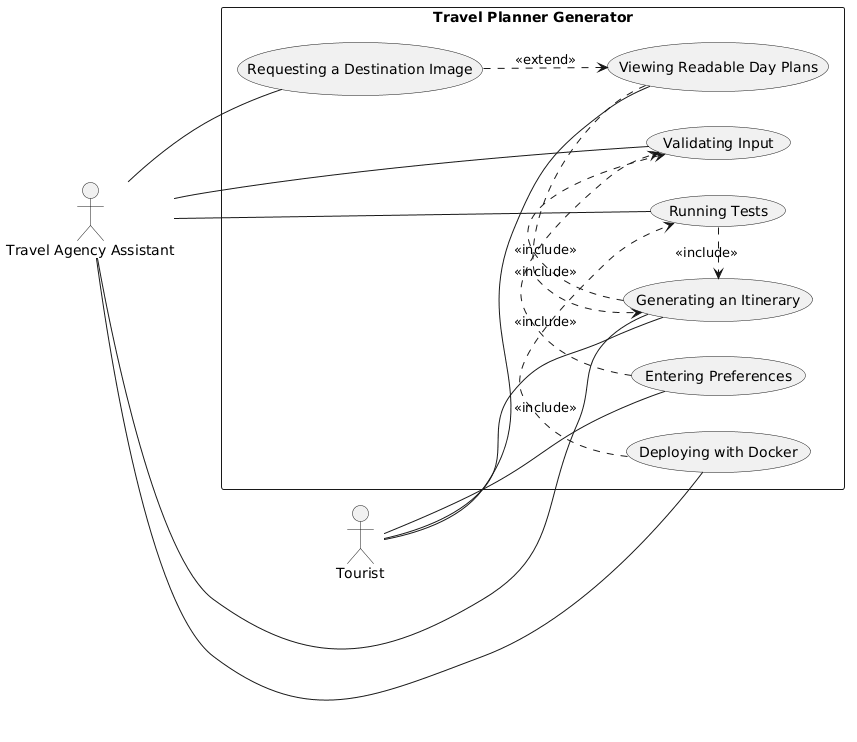
Above: Task1/artifacts/uml/use_case_diagram.png in EasonYang0618/travel-planner-generator (PlantUML), before the change.
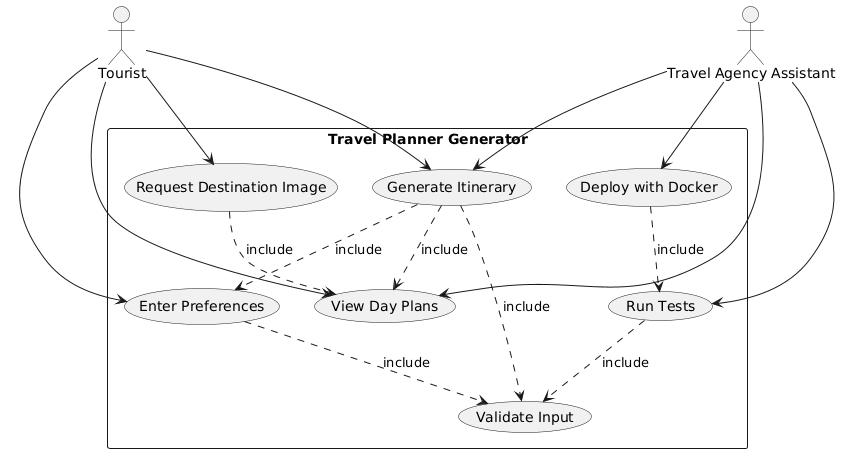
Above is the later version.

What changed in the source:
```diff
@@ -1,34 +1,32 @@
 @startuml
-left to right direction
-skinparam packageStyle rectangle
-
 actor Tourist
-actor "Travel Agency Assistant" as Assistant
+actor "Travel Agency Assistant" as TravelAgent
 
 rectangle "Travel Planner Generator" {
-  usecase "Entering Preferences" as UC_Enter
-  usecase "Validating Input" as UC_Validate
-  usecase "Generating an Itinerary" as UC_Generate
-  usecase "Viewing Readable Day Plans" as UC_View
-  usecase "Requesting a Destination Image" as UC_Image
-  usecase "Running Tests" as UC_Tests
-  usecase "Deploying with Docker" as UC_Docker
+  usecase "Enter Preferences" as EnterPreferences
+  usecase "Validate Input" as ValidateInput
+  usecase "Generate Itinerary" as GenerateItinerary
+  usecase "View Day Plans" as ViewDayPlans
+  usecase "Request Destination Image" as RequestImage
+  usecase "Run Tests" as RunTests
+  usecase "Deploy with Docker" as DeployDocker
 }
 
-Tourist -- UC_Enter
-Tourist -- UC_Generate
-Tourist -- UC_View
+Tourist --> EnterPreferences
+Tourist --> GenerateItinerary
+Tourist --> ViewDayPlans
+Tourist --> RequestImage
 
-Assistant -- UC_Validate
-Assistant -- UC_Image
-Assistant -- UC_Tests
-Assistant -- UC_Docker
-Assistant -- UC_Generate
+TravelAgent --> RunTests
+TravelAgent --> DeployDocker
+TravelAgent --> GenerateItinerary
+TravelAgent --> ViewDayPlans
 
-UC_Enter .> UC_Validate : <<include>>
-UC_Generate .> UC_Validate : <<include>>
-UC_View .> UC_Generate : <<include>>
-UC_Image ..> UC_View : <<extend>>
-UC_Tests .> UC_Generate : <<include>>
-UC_Docker .> UC_Tests : <<include>>
+EnterPreferences ..> ValidateInput : include
+GenerateItinerary ..> ValidateInput : include
+GenerateItinerary ..> EnterPreferences : include
+GenerateItinerary ..> ViewDayPlans : include
+RequestImage ..> ViewDayPlans : include
+RunTests ..> ValidateInput : include
+DeployDocker ..> RunTests : include
 @enduml
```
